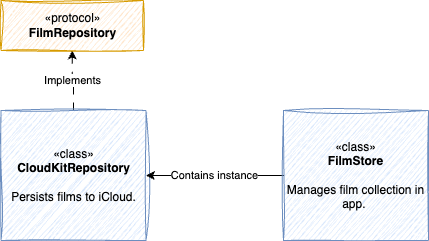
Earlier version of the draw.io export FilmStorage.drawio.png (tillg/filmz). Source tidied: cells renumbered, new cells last; positions are measured from the earlier drawing's top-left corner, leaving out a move shared by most shapes.
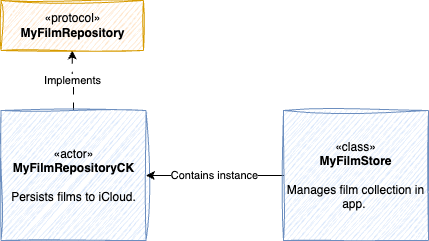
The same diagram one commit later.

Diff of the diagram source:
```diff
@@ -5,16 +5,16 @@
     <mxCell id="2" value="Implements" style="edgeStyle=orthogonalEdgeStyle;rounded=0;jettySize=auto;html=1;entryX=0.5;entryY=1;entryDx=0;entryDy=0;dashed=1;dashPattern=8 8;jumpSize=6;" parent="1" edge="1" source="3" target="4">
       <mxGeometry relative="1" as="geometry" />
     </mxCell>
-    <mxCell id="3" value="&lt;div&gt;«class»&lt;br&gt;&lt;/div&gt;&lt;b&gt;CloudKitRepository&lt;/b&gt;&lt;div&gt;&lt;br&gt;&lt;/div&gt;&lt;div&gt;Persists films to iCloud.&lt;/div&gt;" style="rounded=0;whiteSpace=wrap;html=1;sketch=1;curveFitting=1;jiggle=2;fillColor=#dae8fc;strokeColor=#6c8ebf;" parent="1" vertex="1">
+    <mxCell id="3" value="&lt;div&gt;«actor»&lt;br&gt;&lt;/div&gt;&lt;b&gt;MyFilmRepositoryCK&lt;/b&gt;&lt;div&gt;&lt;br&gt;&lt;/div&gt;&lt;div&gt;Persists films to iCloud.&lt;/div&gt;" style="rounded=0;whiteSpace=wrap;html=1;sketch=1;curveFitting=1;jiggle=2;fillColor=#dae8fc;strokeColor=#6c8ebf;" parent="1" vertex="1">
       <mxGeometry x="-0.5" y="110" width="145" height="130" as="geometry" />
     </mxCell>
-    <mxCell id="4" value="«protocol»&lt;br&gt;&lt;b&gt;FilmRepository&lt;/b&gt;" style="html=1;whiteSpace=wrap;sketch=1;curveFitting=1;jiggle=2;fillColor=#ffe6cc;strokeColor=#d79b00;" parent="1" vertex="1">
+    <mxCell id="4" value="«protocol»&lt;br&gt;&lt;b&gt;MyFilmRepository&lt;/b&gt;" style="html=1;whiteSpace=wrap;sketch=1;curveFitting=1;jiggle=2;fillColor=#ffe6cc;strokeColor=#d79b00;" parent="1" vertex="1">
       <mxGeometry x="-0.5" width="142.5" height="50" as="geometry" />
     </mxCell>
     <mxCell id="5" value="Contains instance" style="edgeStyle=orthogonalEdgeStyle;rounded=0;jettySize=auto;html=1;entryX=1;entryY=0.5;entryDx=0;entryDy=0;" parent="1" edge="1" source="6" target="3">
       <mxGeometry relative="1" as="geometry" />
     </mxCell>
-    <mxCell id="6" value="&lt;div&gt;«class»&lt;br&gt;&lt;/div&gt;&lt;b&gt;FilmStore&lt;/b&gt;&lt;div&gt;&lt;br&gt;&lt;/div&gt;&lt;div&gt;Manages film collection in app.&amp;nbsp;&lt;/div&gt;" style="rounded=0;whiteSpace=wrap;html=1;sketch=1;curveFitting=1;jiggle=2;fillColor=#dae8fc;strokeColor=#6c8ebf;" parent="1" vertex="1">
+    <mxCell id="6" value="&lt;div&gt;«class»&lt;br&gt;&lt;/div&gt;&lt;b&gt;MyFilmStore&lt;/b&gt;&lt;div&gt;&lt;br&gt;&lt;/div&gt;&lt;div&gt;Manages film collection in app.&amp;nbsp;&lt;/div&gt;" style="rounded=0;whiteSpace=wrap;html=1;sketch=1;curveFitting=1;jiggle=2;fillColor=#dae8fc;strokeColor=#6c8ebf;" parent="1" vertex="1">
       <mxGeometry x="282" y="110" width="145" height="130" as="geometry" />
     </mxCell>
   </root>
```
